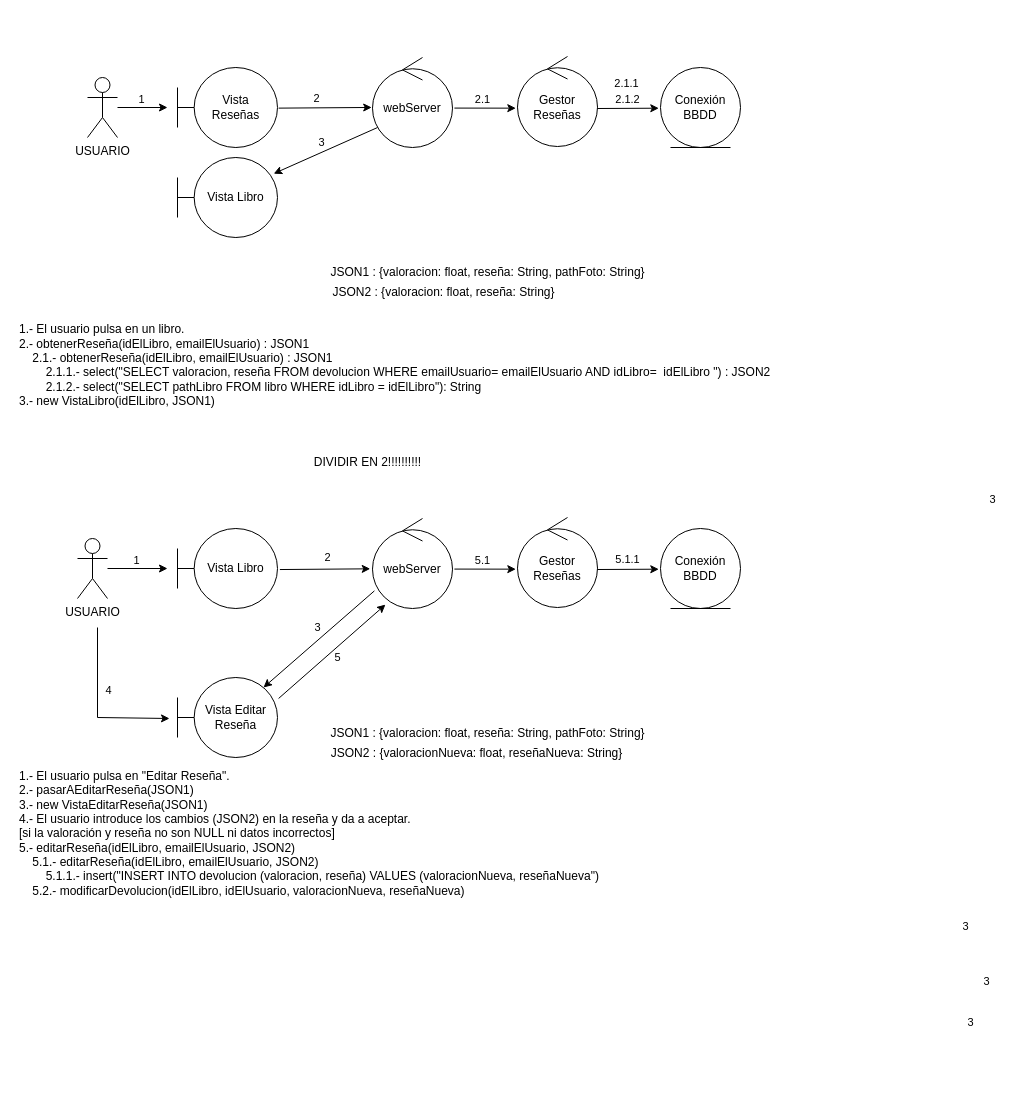
Above: diagComunicacion/reseñas/DiagramaComunicacion.drawio in Adrimr7/ADSI23_biblioteca_e3scape (draw.io), before the change. Source tidied: cells renumbered, new cells numbered last; positions are measured from the earlier drawing's top-left corner, leaving out a move shared by most shapes. Both pictures are drawn from the tidied source at 100%, with x=0, y=0 at pixel (17, 56).
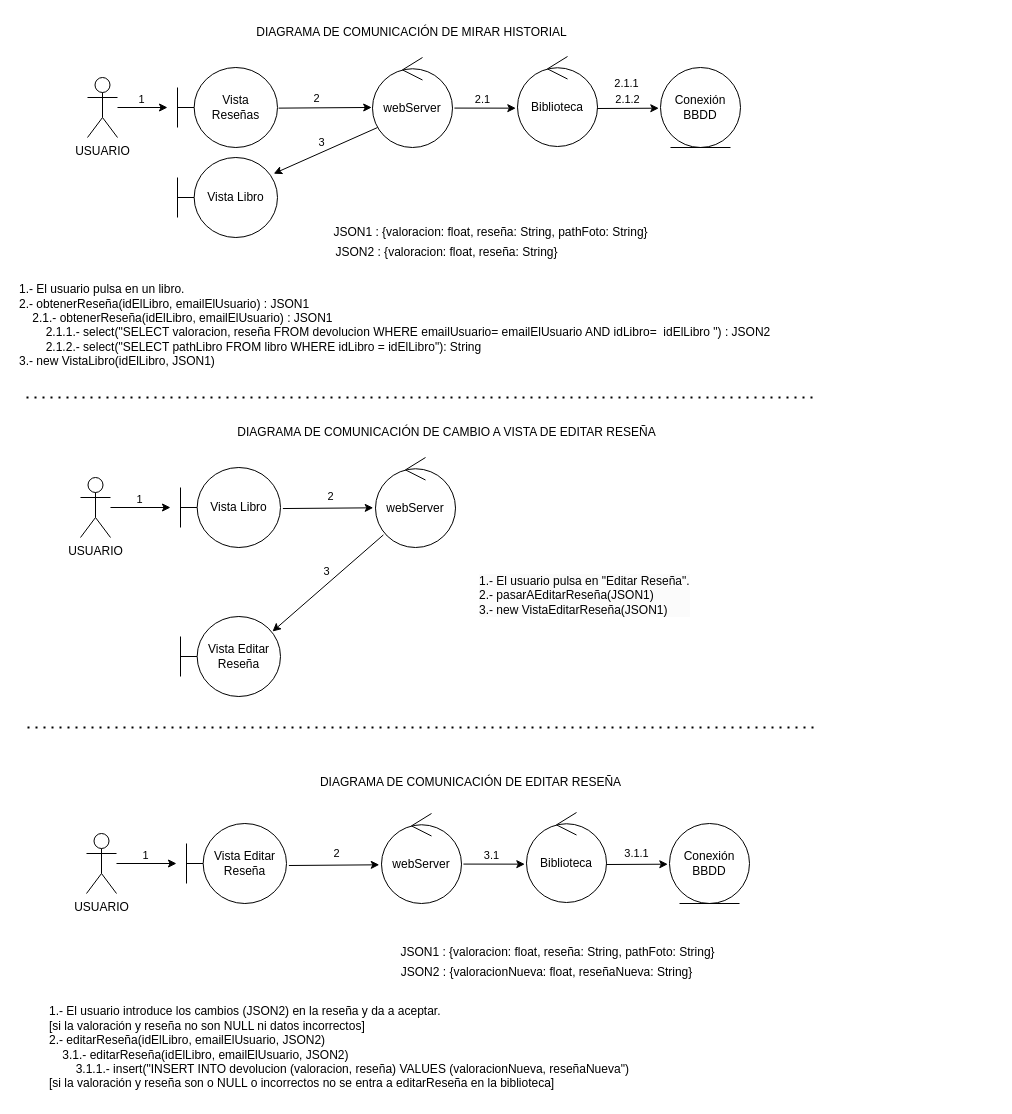
Above is the later version.

Unchanged cells that the change refers to:
```xml
<mxCell id="9" style="endArrow=classic;html=1;rounded=0;exitX=0.063;exitY=0.778;exitDx=0;exitDy=0;exitPerimeter=0;entryX=0.962;entryY=0.202;entryDx=0;entryDy=0;entryPerimeter=0;" parent="1" edge="1" source="5" target="8">
  <mxGeometry relative="1" as="geometry" />
</mxCell>
<mxCell id="36" style="endArrow=classic;html=1;rounded=0;entryX=-0.021;entryY=0.574;entryDx=0;entryDy=0;entryPerimeter=0;exitX=1.024;exitY=0.562;exitDx=0;exitDy=0;exitPerimeter=0;" parent="1" edge="1" source="26" target="35">
  <mxGeometry relative="1" as="geometry" />
</mxCell>
```

Diff of the diagram source:
```diff
@@
-    <mxCell id="10" value="3" style="edgeLabel;html=1;align=center;verticalAlign=middle;" parent="9" vertex="1">
-      <mxGeometry x="-0.28" y="-1" relative="1" as="geometry">
-        <mxPoint x="652" y="356" as="offset" />
-      </mxGeometry>
-    </mxCell>
@@
     <mxCell id="13" value="&lt;div&gt;1.- El usuario pulsa en un libro.&lt;/div&gt;&lt;div&gt;2.- obtenerReseña(idElLibro, emailElUsuario) : JSON1&lt;/div&gt;&lt;div&gt;&lt;span style=&quot;&quot;&gt;&lt;span style=&quot;white-space: pre;&quot;&gt;&amp;nbsp;&amp;nbsp;&amp;nbsp;&amp;nbsp;&lt;/span&gt;&lt;/span&gt;2.1.- obtenerReseña(idElLibro, emailElUsuario) : JSON1&lt;/div&gt;&lt;div&gt;&lt;span style=&quot;&quot;&gt;&lt;span style=&quot;&quot;&gt;&lt;span style=&quot;white-space: pre;&quot;&gt;&amp;nbsp;&amp;nbsp;&amp;nbsp;&amp;nbsp;&lt;/span&gt;&lt;/span&gt;&lt;span style=&quot;&quot;&gt;&lt;span style=&quot;white-space: pre;&quot;&gt;&amp;nbsp;&amp;nbsp;&amp;nbsp;&amp;nbsp;&lt;/span&gt;&lt;/span&gt;2.1.1.- select(&quot;SELECT valoracion, reseña FROM devolucion WHERE emailUsuario= emailElUsuario AND idLibro=&amp;nbsp; idElLibro &quot;) : JSON2&lt;br&gt;&lt;/span&gt;&lt;/div&gt;&lt;div&gt;&lt;span style=&quot;&quot;&gt;&lt;span style=&quot;&quot;&gt;&lt;span style=&quot;white-space: pre;&quot;&gt;&amp;nbsp;&amp;nbsp;&amp;nbsp;&amp;nbsp;&lt;/span&gt;&lt;span style=&quot;&quot;&gt;&lt;span style=&quot;white-space: pre;&quot;&gt;&amp;nbsp;&amp;nbsp;&amp;nbsp;&amp;nbsp;&lt;/span&gt;&lt;/span&gt;&lt;/span&gt;2.1.2.- select(&quot;SELECT pathLibro FROM libro WHERE idLibro = idElLibro&quot;): String&lt;br&gt;&lt;/span&gt;&lt;/div&gt;&lt;div&gt;&lt;div&gt;3.- new VistaLibro(idElLibro, JSON1)&lt;/div&gt;&lt;/div&gt;&lt;div&gt;&lt;br&gt;&lt;/div&gt;" style="text;html=1;align=left;verticalAlign=middle;strokeColor=none;fillColor=none;" parent="1" vertex="1">
-      <mxGeometry y="261" width="770" height="110" as="geometry" />
+      <mxGeometry y="221" width="770" height="110" as="geometry" />
     </mxCell>
     <mxCell id="14" value="&lt;div&gt;JSON1 : {valoracion: float, reseña: String, pathFoto: String}&lt;/div&gt;" style="text;html=1;align=center;verticalAlign=middle;strokeColor=none;fillColor=none;" parent="1" vertex="1">
-      <mxGeometry x="300" y="201" width="340" height="30" as="geometry" />
+      <mxGeometry x="303" y="161" width="340" height="30" as="geometry" />
     </mxCell>
-    <mxCell id="15" value="&lt;div&gt;Gestor&lt;/div&gt;&lt;div&gt;Reseñas&lt;/div&gt;" style="ellipse;shape=umlControl;whiteSpace=wrap;html=1;" parent="1" vertex="1">
+    <mxCell id="15" value="&lt;div&gt;Biblioteca&lt;/div&gt;" style="ellipse;shape=umlControl;whiteSpace=wrap;html=1;" parent="1" vertex="1">
       <mxGeometry x="500" width="80" height="90" as="geometry" />
     </mxCell>
@@
     <mxCell id="21" value="&lt;div&gt;JSON2 : {valoracion: float, reseña: String}&lt;/div&gt;" style="text;html=1;align=center;verticalAlign=middle;strokeColor=none;fillColor=none;" parent="1" vertex="1">
-      <mxGeometry x="306" y="221" width="240" height="30" as="geometry" />
+      <mxGeometry x="309" y="181" width="240" height="30" as="geometry" />
     </mxCell>
@@
     <mxCell id="23" value="USUARIO" style="shape=umlActor;verticalLabelPosition=bottom;verticalAlign=top;html=1;outlineConnect=0;" parent="1" vertex="1">
-      <mxGeometry x="60" y="482" width="30" height="60" as="geometry" />
+      <mxGeometry x="69" y="777" width="30" height="60" as="geometry" />
     </mxCell>
     <mxCell id="24" style="endArrow=classic;html=1;rounded=0;" parent="1" edge="1" source="23">
       <mxGeometry relative="1" as="geometry">
-        <mxPoint x="150" y="512" as="targetPoint" />
+        <mxPoint x="159" y="807" as="targetPoint" />
       </mxGeometry>
     </mxCell>
@@
     <mxCell id="26" value="webServer" style="ellipse;shape=umlControl;whiteSpace=wrap;html=1;" parent="1" vertex="1">
-      <mxGeometry x="355" y="462" width="80" height="90" as="geometry" />
+      <mxGeometry x="364" y="757" width="80" height="90" as="geometry" />
     </mxCell>
-    <mxCell id="27" style="endArrow=classic;html=1;rounded=0;entryX=-0.044;entryY=0.486;entryDx=0;entryDy=0;entryPerimeter=0;" parent="1" edge="1">
-      <mxGeometry relative="1" as="geometry">
-        <mxPoint x="80" y="571" as="sourcePoint" />
-        <mxPoint x="152" y="662" as="targetPoint" />
-        <Array as="points">
-          <mxPoint x="80" y="661" />
-        </Array>
-      </mxGeometry>
-    </mxCell>
-    <mxCell id="28" value="4" style="edgeLabel;html=1;align=center;verticalAlign=middle;" parent="27" vertex="1">
-      <mxGeometry x="-0.08" y="-3" relative="1" as="geometry">
-        <mxPoint x="13" y="-13" as="offset" />
-      </mxGeometry>
-    </mxCell>
-    <mxCell id="29" value="&lt;div&gt;Vista Editar&lt;/div&gt;&lt;div&gt;Reseña&lt;br&gt;&lt;/div&gt;" style="shape=umlBoundary;whiteSpace=wrap;html=1;" parent="1" vertex="1">
-      <mxGeometry x="160" y="621" width="100" height="80" as="geometry" />
-    </mxCell>
-    <mxCell id="30" value="2" style="endArrow=classic;html=1;rounded=0;exitX=1.024;exitY=0.513;exitDx=0;exitDy=0;exitPerimeter=0;entryX=-0.028;entryY=0.559;entryDx=0;entryDy=0;entryPerimeter=0;" parent="1" edge="1" source="32" target="26">
-      <mxGeometry x="0.06" y="12" relative="1" as="geometry" />
+    <mxCell id="30" value="2" style="endArrow=classic;html=1;rounded=0;exitX=1.024;exitY=0.513;exitDx=0;exitDy=0;exitPerimeter=0;entryX=-0.028;entryY=0.559;entryDx=0;entryDy=0;entryPerimeter=0;" parent="1" edge="1">
+      <mxGeometry x="0.06" y="12" relative="1" as="geometry">
+        <mxPoint x="271.4" y="809" as="sourcePoint" />
+        <mxPoint x="361.8" y="808.3" as="targetPoint" />
+      </mxGeometry>
     </mxCell>
-    <mxCell id="31" value="3" style="edgeLabel;html=1;align=center;verticalAlign=middle;" parent="30" vertex="1">
-      <mxGeometry x="-0.28" y="-1" relative="1" as="geometry">
-        <mxPoint x="652" y="356" as="offset" />
-      </mxGeometry>
-    </mxCell>
-    <mxCell id="32" value="Vista Libro" style="shape=umlBoundary;whiteSpace=wrap;html=1;" parent="1" vertex="1">
-      <mxGeometry x="160" y="472" width="100" height="80" as="geometry" />
+    <mxCell id="32" value="Vista Editar&lt;br&gt;Reseña" style="shape=umlBoundary;whiteSpace=wrap;html=1;" parent="1" vertex="1">
+      <mxGeometry x="169" y="767" width="100" height="80" as="geometry" />
     </mxCell>
-    <mxCell id="33" value="&lt;div&gt;1.- El usuario pulsa en &quot;Editar Reseña&quot;.&lt;/div&gt;&lt;div&gt;2.- pasarAEditarReseña(JSON1)&lt;br&gt;&lt;/div&gt;&lt;div&gt;3.- new VistaEditarReseña(JSON1)&lt;/div&gt;&lt;div&gt;4.- El usuario introduce los cambios (JSON2) en la reseña y da a aceptar.&lt;/div&gt;&lt;div&gt;[si la valoración y reseña no son NULL ni datos incorrectos]&lt;br&gt;&lt;/div&gt;&lt;div&gt;5.- editarReseña(idElLibro, emailElUsuario, JSON2)&lt;br&gt;&lt;/div&gt;&lt;div&gt;&lt;span style=&quot;&quot;&gt;&lt;span style=&quot;white-space: pre;&quot;&gt;&amp;nbsp;&amp;nbsp;&amp;nbsp;&amp;nbsp;&lt;/span&gt;&lt;/span&gt;5.1.- editarReseña(idElLibro, emailElUsuario, JSON2)&lt;br&gt;&lt;/div&gt;&lt;div&gt;&lt;span style=&quot;&quot;&gt;&lt;span style=&quot;&quot;&gt;&lt;span style=&quot;white-space: pre;&quot;&gt;&amp;nbsp;&amp;nbsp;&amp;nbsp;&amp;nbsp;&lt;/span&gt;&lt;/span&gt;&lt;span style=&quot;&quot;&gt;&lt;span style=&quot;white-space: pre;&quot;&gt;&amp;nbsp;&amp;nbsp;&amp;nbsp;&amp;nbsp;&lt;/span&gt;&lt;/span&gt;5.1.1.- insert(&quot;INSERT INTO devolucion (valoracion, reseña) VALUES (valoracionNueva, reseñaNueva&quot;)&lt;/span&gt;&lt;/div&gt;&lt;div&gt;&amp;nbsp;&amp;nbsp;&amp;nbsp; 5.2.- modificarDevolucion(idElLibro, idElUsuario, valoracionNueva, reseñaNueva)&lt;br&gt;&lt;/div&gt;" style="text;html=1;align=left;verticalAlign=middle;strokeColor=none;fillColor=none;" parent="1" vertex="1">
-      <mxGeometry y="707" width="600" height="140" as="geometry" />
+    <mxCell id="33" value="&lt;div&gt;&lt;span style=&quot;background-color: initial;&quot;&gt;1.- El usuario introduce los cambios (JSON2) en la reseña y da a aceptar.&lt;/span&gt;&lt;br&gt;&lt;/div&gt;&lt;div&gt;[si la valoración y reseña no son NULL ni datos incorrectos]&lt;br&gt;&lt;/div&gt;&lt;div&gt;2.- editarReseña(idElLibro, emailElUsuario, JSON2)&lt;br&gt;&lt;/div&gt;&lt;div&gt;&lt;span style=&quot;&quot;&gt;&lt;span style=&quot;white-space: pre;&quot;&gt;&amp;nbsp;&amp;nbsp;&amp;nbsp;&amp;nbsp;3&lt;/span&gt;&lt;/span&gt;.1.- editarReseña(idElLibro, emailElUsuario, JSON2)&lt;br&gt;&lt;/div&gt;&lt;div&gt;&lt;span style=&quot;&quot;&gt;&lt;span style=&quot;&quot;&gt;&lt;span style=&quot;white-space: pre;&quot;&gt;&amp;nbsp;&amp;nbsp;&amp;nbsp;&amp;nbsp;&lt;/span&gt;&lt;/span&gt;&lt;span style=&quot;&quot;&gt;&lt;span style=&quot;white-space: pre;&quot;&gt;&amp;nbsp;&amp;nbsp;&amp;nbsp;&amp;nbsp;3&lt;/span&gt;&lt;/span&gt;.1.1.- insert(&quot;INSERT INTO devolucion (valoracion, reseña) VALUES (valoracionNueva, reseñaNueva&quot;)&lt;/span&gt;&lt;/div&gt;&lt;div&gt;&lt;span style=&quot;&quot;&gt;[si la valoración y reseña son o NULL o incorrectos no se entra a editarReseña en la biblioteca]&lt;/span&gt;&lt;/div&gt;" style="text;html=1;align=left;verticalAlign=middle;strokeColor=none;fillColor=none;" parent="1" vertex="1">
+      <mxGeometry x="30" y="941" width="600" height="100" as="geometry" />
     </mxCell>
     <mxCell id="34" value="&lt;div&gt;JSON1 : {valoracion: float, reseña: String, pathFoto: String}&lt;/div&gt;" style="text;html=1;align=center;verticalAlign=middle;strokeColor=none;fillColor=none;" parent="1" vertex="1">
-      <mxGeometry x="300" y="662" width="340" height="30" as="geometry" />
+      <mxGeometry x="370" y="881" width="340" height="30" as="geometry" />
     </mxCell>
-    <mxCell id="35" value="&lt;div&gt;Gestor&lt;/div&gt;&lt;div&gt;Reseñas&lt;/div&gt;" style="ellipse;shape=umlControl;whiteSpace=wrap;html=1;" parent="1" vertex="1">
-      <mxGeometry x="500" y="461" width="80" height="90" as="geometry" />
+    <mxCell id="35" value="&lt;div&gt;Biblioteca&lt;/div&gt;" style="ellipse;shape=umlControl;whiteSpace=wrap;html=1;" parent="1" vertex="1">
+      <mxGeometry x="509" y="756" width="80" height="90" as="geometry" />
     </mxCell>
@@
-    <mxCell id="37" value="5.1" style="edgeLabel;html=1;align=center;verticalAlign=middle;" parent="36" vertex="1">
+    <mxCell id="37" value="3.1" style="edgeLabel;html=1;align=center;verticalAlign=middle;" parent="36" vertex="1">
       <mxGeometry x="-0.08" y="-3" relative="1" as="geometry">
         <mxPoint y="-12" as="offset" />
       </mxGeometry>
     </mxCell>
     <mxCell id="38" style="endArrow=classic;html=1;rounded=0;entryX=-0.021;entryY=0.574;entryDx=0;entryDy=0;entryPerimeter=0;exitX=1.024;exitY=0.562;exitDx=0;exitDy=0;exitPerimeter=0;" parent="1" edge="1">
       <mxGeometry relative="1" as="geometry">
-        <mxPoint x="580" y="513" as="sourcePoint" />
-        <mxPoint x="641.3" y="512.7" as="targetPoint" />
+        <mxPoint x="589" y="808" as="sourcePoint" />
+        <mxPoint x="650.3" y="807.7" as="targetPoint" />
       </mxGeometry>
     </mxCell>
-    <mxCell id="39" value="5.1.1" style="edgeLabel;html=1;align=center;verticalAlign=middle;" parent="38" vertex="1">
+    <mxCell id="39" value="3.1.1" style="edgeLabel;html=1;align=center;verticalAlign=middle;" parent="38" vertex="1">
       <mxGeometry x="-0.08" y="-3" relative="1" as="geometry">
-        <mxPoint x="1" y="-13" as="offset" />
+        <mxPoint x="1" y="-14" as="offset" />
       </mxGeometry>
     </mxCell>
     <mxCell id="40" value="&lt;div&gt;Conexión&lt;/div&gt;&lt;div&gt;BBDD&lt;/div&gt;" style="ellipse;shape=umlEntity;whiteSpace=wrap;html=1;" parent="1" vertex="1">
-      <mxGeometry x="643" y="472" width="80" height="80" as="geometry" />
+      <mxGeometry x="652" y="767" width="80" height="80" as="geometry" />
     </mxCell>
     <mxCell id="41" value="&lt;div&gt;JSON2 : {valoracionNueva: float, reseñaNueva: String}&lt;/div&gt;" style="text;html=1;align=center;verticalAlign=middle;strokeColor=none;fillColor=none;" parent="1" vertex="1">
-      <mxGeometry x="304" y="682" width="310" height="30" as="geometry" />
+      <mxGeometry x="374" y="901" width="310" height="30" as="geometry" />
     </mxCell>
+    <mxCell id="47" value="USUARIO" style="shape=umlActor;verticalLabelPosition=bottom;verticalAlign=top;html=1;outlineConnect=0;" parent="1" vertex="1">
+      <mxGeometry x="63" y="421" width="30" height="60" as="geometry" />
+    </mxCell>
+    <mxCell id="48" style="endArrow=classic;html=1;rounded=0;" parent="1" edge="1" source="47">
+      <mxGeometry relative="1" as="geometry">
+        <mxPoint x="153" y="451" as="targetPoint" />
+      </mxGeometry>
+    </mxCell>
+    <mxCell id="49" value="1" style="edgeLabel;html=1;align=center;verticalAlign=middle;" parent="48" vertex="1">
+      <mxGeometry x="-0.08" y="-3" relative="1" as="geometry">
+        <mxPoint y="-12" as="offset" />
+      </mxGeometry>
+    </mxCell>
+    <mxCell id="50" value="webServer" style="ellipse;shape=umlControl;whiteSpace=wrap;html=1;" parent="1" vertex="1">
+      <mxGeometry x="358" y="401" width="80" height="90" as="geometry" />
+    </mxCell>
+    <mxCell id="29" value="&lt;div&gt;Vista Editar&lt;/div&gt;&lt;div&gt;Reseña&lt;br&gt;&lt;/div&gt;" style="shape=umlBoundary;whiteSpace=wrap;html=1;" parent="1" vertex="1">
+      <mxGeometry x="163" y="560" width="100" height="80" as="geometry" />
+    </mxCell>
+    <mxCell id="51" value="2" style="endArrow=classic;html=1;rounded=0;exitX=1.024;exitY=0.513;exitDx=0;exitDy=0;exitPerimeter=0;entryX=-0.028;entryY=0.559;entryDx=0;entryDy=0;entryPerimeter=0;" parent="1" edge="1" source="52" target="50">
+      <mxGeometry x="0.06" y="12" relative="1" as="geometry" />
+    </mxCell>
+    <mxCell id="52" value="Vista Libro" style="shape=umlBoundary;whiteSpace=wrap;html=1;" parent="1" vertex="1">
+      <mxGeometry x="163" y="411" width="100" height="80" as="geometry" />
+    </mxCell>
-    <mxCell id="42" value="3" style="endArrow=classic;html=1;rounded=0;exitX=0.024;exitY=0.804;exitDx=0;exitDy=0;exitPerimeter=0;" parent="1" edge="1" source="26">
+    <mxCell id="42" value="3" style="endArrow=classic;html=1;rounded=0;exitX=0.024;exitY=0.804;exitDx=0;exitDy=0;exitPerimeter=0;" parent="1" edge="1">
       <mxGeometry x="-0.09" y="-10" relative="1" as="geometry">
-        <mxPoint x="246" y="631" as="targetPoint" />
+        <mxPoint x="365.9" y="478.4" as="sourcePoint" />
+        <mxPoint x="255" y="575" as="targetPoint" />
       </mxGeometry>
     </mxCell>
-    <mxCell id="43" value="3" style="edgeLabel;html=1;align=center;verticalAlign=middle;" parent="42" vertex="1">
-      <mxGeometry x="-0.28" y="-1" relative="1" as="geometry">
-        <mxPoint x="652" y="356" as="offset" />
-      </mxGeometry>
-    </mxCell>
-    <mxCell id="44" value="5" style="endArrow=classic;html=1;rounded=0;exitX=1.011;exitY=0.262;exitDx=0;exitDy=0;exitPerimeter=0;entryX=0.162;entryY=0.957;entryDx=0;entryDy=0;entryPerimeter=0;" parent="1" edge="1" source="29" target="26">
-      <mxGeometry y="-8" relative="1" as="geometry" />
-    </mxCell>
-    <mxCell id="45" value="3" style="edgeLabel;html=1;align=center;verticalAlign=middle;" parent="44" vertex="1">
-      <mxGeometry x="-0.28" y="-1" relative="1" as="geometry">
-        <mxPoint x="652" y="356" as="offset" />
-      </mxGeometry>
-    </mxCell>
-    <mxCell id="46" value="DIVIDIR EN 2!!!!!!!!!!" style="text;html=1;align=center;verticalAlign=middle;strokeColor=none;fillColor=none;" parent="1" vertex="1">
-      <mxGeometry x="285" y="391" width="130" height="30" as="geometry" />
-    </mxCell>
+    <mxCell id="53" value="&lt;div style=&quot;border-color: var(--border-color); color: rgb(0, 0, 0); font-family: Helvetica; font-size: 12px; font-style: normal; font-variant-ligatures: normal; font-variant-caps: normal; font-weight: 400; letter-spacing: normal; orphans: 2; text-align: left; text-indent: 0px; text-transform: none; widows: 2; word-spacing: 0px; -webkit-text-stroke-width: 0px; background-color: rgb(251, 251, 251); text-decoration-thickness: initial; text-decoration-style: initial; text-decoration-color: initial;&quot;&gt;1.- El usuario pulsa en &quot;Editar Reseña&quot;.&lt;/div&gt;&lt;div style=&quot;border-color: var(--border-color); color: rgb(0, 0, 0); font-family: Helvetica; font-size: 12px; font-style: normal; font-variant-ligatures: normal; font-variant-caps: normal; font-weight: 400; letter-spacing: normal; orphans: 2; text-align: left; text-indent: 0px; text-transform: none; widows: 2; word-spacing: 0px; -webkit-text-stroke-width: 0px; background-color: rgb(251, 251, 251); text-decoration-thickness: initial; text-decoration-style: initial; text-decoration-color: initial;&quot;&gt;2.- pasarAEditarReseña(JSON1)&lt;br style=&quot;border-color: var(--border-color);&quot;&gt;&lt;/div&gt;&lt;div style=&quot;border-color: var(--border-color); color: rgb(0, 0, 0); font-family: Helvetica; font-size: 12px; font-style: normal; font-variant-ligatures: normal; font-variant-caps: normal; font-weight: 400; letter-spacing: normal; orphans: 2; text-align: left; text-indent: 0px; text-transform: none; widows: 2; word-spacing: 0px; -webkit-text-stroke-width: 0px; background-color: rgb(251, 251, 251); text-decoration-thickness: initial; text-decoration-style: initial; text-decoration-color: initial;&quot;&gt;3.- new VistaEditarReseña(JSON1)&lt;/div&gt;" style="text;whiteSpace=wrap;html=1;" parent="1" vertex="1">
+      <mxGeometry x="460" y="511" width="240" height="70" as="geometry" />
+    </mxCell>
+    <mxCell id="54" value="DIAGRAMA DE COMUNICACIÓN DE MIRAR HISTORIAL" style="text;html=1;align=center;verticalAlign=middle;strokeColor=none;fillColor=none;" parent="1" vertex="1">
+      <mxGeometry x="229" y="-39" width="330" height="30" as="geometry" />
+    </mxCell>
+    <mxCell id="55" value="DIAGRAMA DE COMUNICACIÓN DE EDITAR RESEÑA" style="text;html=1;align=center;verticalAlign=middle;strokeColor=none;fillColor=none;" parent="1" vertex="1">
+      <mxGeometry x="293" y="711" width="320" height="30" as="geometry" />
+    </mxCell>
+    <mxCell id="56" value="DIAGRAMA DE COMUNICACIÓN DE CAMBIO A VISTA DE EDITAR RESEÑA" style="text;html=1;align=center;verticalAlign=middle;strokeColor=none;fillColor=none;" parent="1" vertex="1">
+      <mxGeometry x="209" y="361" width="440" height="30" as="geometry" />
+    </mxCell>
+    <mxCell id="57" style="endArrow=none;dashed=1;html=1;dashPattern=1 3;strokeWidth=2;rounded=0;" parent="1" edge="1">
+      <mxGeometry relative="1" as="geometry">
+        <mxPoint x="10" y="671" as="sourcePoint" />
+        <mxPoint x="800" y="671" as="targetPoint" />
+      </mxGeometry>
+    </mxCell>
+    <mxCell id="58" style="endArrow=none;dashed=1;html=1;dashPattern=1 3;strokeWidth=2;rounded=0;" parent="1" edge="1">
+      <mxGeometry relative="1" as="geometry">
+        <mxPoint x="9" y="341" as="sourcePoint" />
+        <mxPoint x="799" y="341" as="targetPoint" />
+      </mxGeometry>
+    </mxCell>
```
